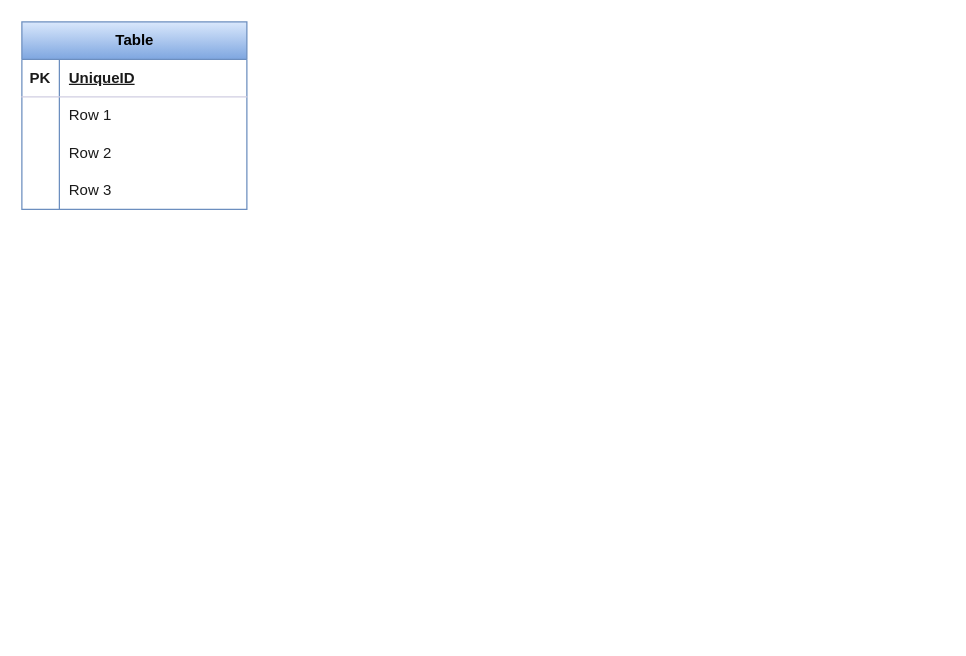
Above: test.drawio in Meoleodeo/erd-sth (draw.io), before the change. Source tidied: cells renumbered, new cells numbered last; positions are measured from the earlier drawing's top-left corner, leaving out a move shared by most shapes. Both pictures are drawn from the tidied source at 125%, with x=0, y=0 at pixel (21, 21).
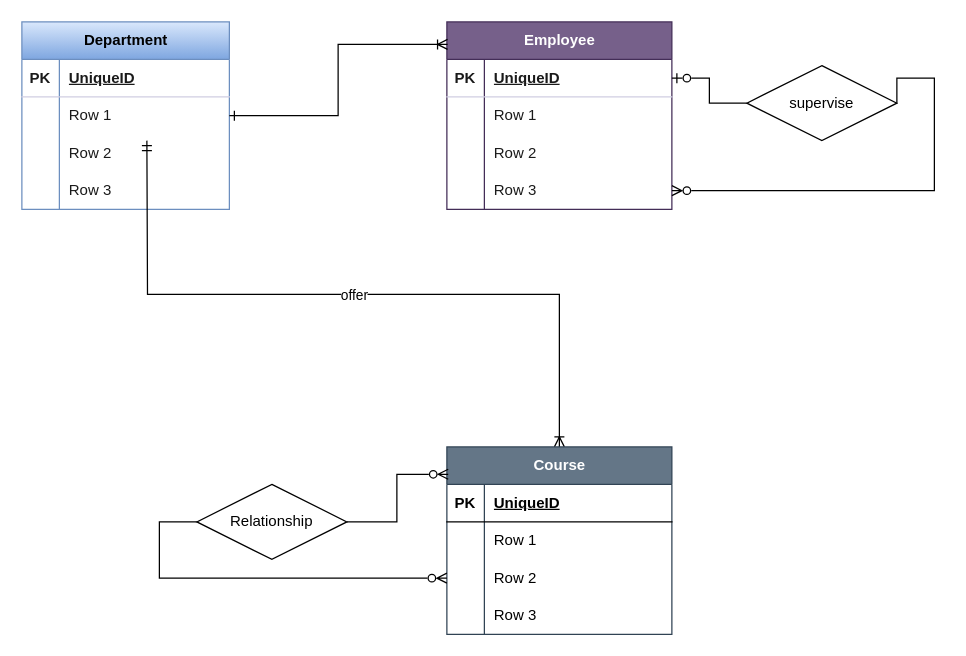
After the change.

Change to the diagram source:
```diff
@@
-    <mxCell id="2" value="Table" style="shape=table;startSize=30;childLayout=tableLayout;rowLines=0;fontStyle=1;align=center;html=1;fillColor=#dae8fc;strokeColor=#6c8ebf;gradientColor=#7ea6e0;" parent="1" vertex="1">
-      <mxGeometry width="180" height="150" as="geometry" />
+    <mxCell id="2" value="Department" style="shape=table;startSize=30;childLayout=tableLayout;rowLines=0;fontStyle=1;align=center;html=1;fillColor=#dae8fc;strokeColor=#6c8ebf;gradientColor=#7ea6e0;" parent="1" vertex="1">
+      <mxGeometry width="166" height="150" as="geometry" />
     </mxCell>
     <mxCell id="3" style="shape=tableRow;horizontal=0;startSize=0;swimlaneHead=0;swimlaneBody=0;fillColor=none;top=0;left=0;right=0;bottom=1;strokeColor=#D0CEE2;fontColor=#1A1A1A;" parent="2" vertex="1">
-      <mxGeometry y="30" width="180" height="30" as="geometry" />
+      <mxGeometry y="30" width="166" height="30" as="geometry" />
     </mxCell>
@@
     <mxCell id="5" value="UniqueID" style="shape=partialRectangle;fillColor=none;top=0;left=0;bottom=0;right=0;align=left;spacingLeft=6;fontStyle=5;overflow=hidden;whiteSpace=wrap;html=1;strokeColor=#D0CEE2;fontColor=#1A1A1A;" parent="3" vertex="1">
-      <mxGeometry x="30" width="150" height="30" as="geometry" />
+      <mxGeometry x="30" width="136" height="30" as="geometry" />
     </mxCell>
     <mxCell id="6" style="shape=tableRow;horizontal=0;startSize=0;swimlaneHead=0;swimlaneBody=0;fillColor=none;points=[[0,0.5],[1,0.5]];portConstraint=eastwest;top=0;left=0;right=0;bottom=0;strokeColor=#D0CEE2;fontColor=#1A1A1A;" parent="2" vertex="1">
-      <mxGeometry y="60" width="180" height="30" as="geometry" />
+      <mxGeometry y="60" width="166" height="30" as="geometry" />
     </mxCell>
@@
     <mxCell id="8" value="Row 1" style="shape=partialRectangle;fillColor=none;top=0;left=0;bottom=0;right=0;align=left;spacingLeft=6;overflow=hidden;whiteSpace=wrap;html=1;strokeColor=#D0CEE2;fontColor=#1A1A1A;" parent="6" vertex="1">
-      <mxGeometry x="30" width="150" height="30" as="geometry" />
+      <mxGeometry x="30" width="136" height="30" as="geometry" />
     </mxCell>
     <mxCell id="9" style="shape=tableRow;horizontal=0;startSize=0;swimlaneHead=0;swimlaneBody=0;fillColor=none;top=0;left=0;right=0;bottom=0;strokeColor=#D0CEE2;fontColor=#1A1A1A;" parent="2" vertex="1">
-      <mxGeometry y="90" width="180" height="30" as="geometry" />
+      <mxGeometry y="90" width="166" height="30" as="geometry" />
     </mxCell>
@@
     <mxCell id="11" value="Row 2" style="shape=partialRectangle;fillColor=none;top=0;left=0;bottom=0;right=0;align=left;spacingLeft=6;overflow=hidden;whiteSpace=wrap;html=1;strokeColor=#D0CEE2;fontColor=#1A1A1A;" parent="9" vertex="1">
-      <mxGeometry x="30" width="150" height="30" as="geometry" />
+      <mxGeometry x="30" width="136" height="30" as="geometry" />
     </mxCell>
     <mxCell id="12" style="shape=tableRow;horizontal=0;startSize=0;swimlaneHead=0;swimlaneBody=0;fillColor=none;top=0;left=0;right=0;bottom=0;strokeColor=#D0CEE2;fontColor=#1A1A1A;" parent="2" vertex="1">
-      <mxGeometry y="120" width="180" height="30" as="geometry" />
+      <mxGeometry y="120" width="166" height="30" as="geometry" />
     </mxCell>
@@
     <mxCell id="14" value="Row 3" style="shape=partialRectangle;fillColor=none;top=0;left=0;bottom=0;right=0;align=left;spacingLeft=6;overflow=hidden;whiteSpace=wrap;html=1;strokeColor=#D0CEE2;fontColor=#1A1A1A;" parent="12" vertex="1">
-      <mxGeometry x="30" width="150" height="30" as="geometry" />
+      <mxGeometry x="30" width="136" height="30" as="geometry" />
     </mxCell>
+    <mxCell id="15" value="Employee" style="shape=table;startSize=30;childLayout=tableLayout;rowLines=0;fontStyle=1;align=center;html=1;fillColor=#76608a;strokeColor=#432D57;fontColor=#ffffff;" parent="1" vertex="1">
+      <mxGeometry x="340" width="180" height="150" as="geometry" />
+    </mxCell>
+    <mxCell id="16" style="shape=tableRow;horizontal=0;startSize=0;swimlaneHead=0;swimlaneBody=0;fillColor=none;points=[[0,0.5],[1,0.5]];portConstraint=eastwest;top=0;left=0;right=0;bottom=1;strokeColor=#D0CEE2;fontColor=#1A1A1A;" parent="15" vertex="1">
+      <mxGeometry y="30" width="180" height="30" as="geometry" />
+    </mxCell>
+    <mxCell id="17" value="PK" style="shape=partialRectangle;fillColor=none;top=0;left=0;bottom=0;right=0;fontStyle=1;overflow=hidden;whiteSpace=wrap;html=1;strokeColor=#D0CEE2;fontColor=#1A1A1A;" parent="16" vertex="1">
+      <mxGeometry width="30" height="30" as="geometry" />
+    </mxCell>
+    <mxCell id="18" value="UniqueID" style="shape=partialRectangle;fillColor=none;top=0;left=0;bottom=0;right=0;align=left;spacingLeft=6;fontStyle=5;overflow=hidden;whiteSpace=wrap;html=1;strokeColor=#D0CEE2;fontColor=#1A1A1A;" parent="16" vertex="1">
+      <mxGeometry x="30" width="150" height="30" as="geometry" />
+    </mxCell>
+    <mxCell id="19" style="shape=tableRow;horizontal=0;startSize=0;swimlaneHead=0;swimlaneBody=0;fillColor=none;top=0;left=0;right=0;bottom=0;strokeColor=#D0CEE2;fontColor=#1A1A1A;" parent="15" vertex="1">
+      <mxGeometry y="60" width="180" height="30" as="geometry" />
+    </mxCell>
+    <mxCell id="20" style="shape=partialRectangle;fillColor=none;top=0;left=0;bottom=0;right=0;overflow=hidden;whiteSpace=wrap;html=1;strokeColor=#D0CEE2;fontColor=#1A1A1A;" parent="19" vertex="1">
+      <mxGeometry width="30" height="30" as="geometry" />
+    </mxCell>
+    <mxCell id="21" value="Row 1" style="shape=partialRectangle;fillColor=none;top=0;left=0;bottom=0;right=0;align=left;spacingLeft=6;overflow=hidden;whiteSpace=wrap;html=1;strokeColor=#D0CEE2;fontColor=#1A1A1A;" parent="19" vertex="1">
+      <mxGeometry x="30" width="150" height="30" as="geometry" />
+    </mxCell>
+    <mxCell id="22" style="shape=tableRow;horizontal=0;startSize=0;swimlaneHead=0;swimlaneBody=0;fillColor=none;top=0;left=0;right=0;bottom=0;strokeColor=#D0CEE2;fontColor=#1A1A1A;" parent="15" vertex="1">
+      <mxGeometry y="90" width="180" height="30" as="geometry" />
+    </mxCell>
+    <mxCell id="23" style="shape=partialRectangle;fillColor=none;top=0;left=0;bottom=0;right=0;overflow=hidden;whiteSpace=wrap;html=1;strokeColor=#D0CEE2;fontColor=#1A1A1A;" parent="22" vertex="1">
+      <mxGeometry width="30" height="30" as="geometry" />
+    </mxCell>
+    <mxCell id="24" value="Row 2" style="shape=partialRectangle;fillColor=none;top=0;left=0;bottom=0;right=0;align=left;spacingLeft=6;overflow=hidden;whiteSpace=wrap;html=1;strokeColor=#D0CEE2;fontColor=#1A1A1A;" parent="22" vertex="1">
+      <mxGeometry x="30" width="150" height="30" as="geometry" />
+    </mxCell>
+    <mxCell id="25" style="shape=tableRow;horizontal=0;startSize=0;swimlaneHead=0;swimlaneBody=0;fillColor=none;points=[[0,0.5],[1,0.5]];portConstraint=eastwest;top=0;left=0;right=0;bottom=0;strokeColor=#D0CEE2;fontColor=#1A1A1A;" parent="15" vertex="1">
+      <mxGeometry y="120" width="180" height="30" as="geometry" />
+    </mxCell>
+    <mxCell id="26" style="shape=partialRectangle;fillColor=none;top=0;left=0;bottom=0;right=0;overflow=hidden;whiteSpace=wrap;html=1;strokeColor=#D0CEE2;fontColor=#1A1A1A;" parent="25" vertex="1">
+      <mxGeometry width="30" height="30" as="geometry" />
+    </mxCell>
+    <mxCell id="27" value="Row 3" style="shape=partialRectangle;fillColor=none;top=0;left=0;bottom=0;right=0;align=left;spacingLeft=6;overflow=hidden;whiteSpace=wrap;html=1;strokeColor=#D0CEE2;fontColor=#1A1A1A;" parent="25" vertex="1">
+      <mxGeometry x="30" width="150" height="30" as="geometry" />
+    </mxCell>
+    <mxCell id="28" style="edgeStyle=orthogonalEdgeStyle;rounded=0;jettySize=auto;html=1;exitX=1;exitY=0.5;exitDx=0;exitDy=0;entryX=0.003;entryY=0.12;entryDx=0;entryDy=0;entryPerimeter=0;startArrow=ERone;startFill=0;endArrow=ERoneToMany;endFill=0;" parent="1" edge="1" source="6" target="15">
+      <mxGeometry relative="1" as="geometry" />
+    </mxCell>
+    <mxCell id="29" style="edgeStyle=orthogonalEdgeStyle;rounded=0;jettySize=auto;html=1;startArrow=ERoneToMany;startFill=0;endArrow=ERmandOne;endFill=0;exitX=0.5;exitY=0;exitDx=0;exitDy=0;" parent="1" edge="1" source="31">
+      <mxGeometry relative="1" as="geometry">
+        <mxPoint x="100" y="95" as="targetPoint" />
+      </mxGeometry>
+    </mxCell>
+    <mxCell id="30" value="offer" style="edgeLabel;html=1;align=center;verticalAlign=middle;" parent="29" vertex="1">
+      <mxGeometry relative="1" as="geometry" />
+    </mxCell>
+    <mxCell id="31" value="Course" style="shape=table;startSize=30;childLayout=tableLayout;rowLines=0;fontStyle=1;align=center;html=1;fillColor=#647687;fontColor=#ffffff;strokeColor=#314354;" parent="1" vertex="1">
+      <mxGeometry x="340" y="340" width="180" height="150" as="geometry" />
+    </mxCell>
+    <mxCell id="32" style="shape=tableRow;horizontal=0;startSize=0;swimlaneHead=0;swimlaneBody=0;fillColor=none;top=0;left=0;right=0;bottom=1;" parent="31" vertex="1">
+      <mxGeometry y="30" width="180" height="30" as="geometry" />
+    </mxCell>
+    <mxCell id="33" value="PK" style="shape=partialRectangle;fillColor=none;top=0;left=0;bottom=0;right=0;fontStyle=1;overflow=hidden;whiteSpace=wrap;html=1;" parent="32" vertex="1">
+      <mxGeometry width="30" height="30" as="geometry" />
+    </mxCell>
+    <mxCell id="34" value="UniqueID" style="shape=partialRectangle;fillColor=none;top=0;left=0;bottom=0;right=0;align=left;spacingLeft=6;fontStyle=5;overflow=hidden;whiteSpace=wrap;html=1;" parent="32" vertex="1">
+      <mxGeometry x="30" width="150" height="30" as="geometry" />
+    </mxCell>
+    <mxCell id="35" style="shape=tableRow;horizontal=0;startSize=0;swimlaneHead=0;swimlaneBody=0;fillColor=none;top=0;left=0;right=0;bottom=0;" parent="31" vertex="1">
+      <mxGeometry y="60" width="180" height="30" as="geometry" />
+    </mxCell>
+    <mxCell id="36" style="shape=partialRectangle;fillColor=none;top=0;left=0;bottom=0;right=0;overflow=hidden;whiteSpace=wrap;html=1;" parent="35" vertex="1">
+      <mxGeometry width="30" height="30" as="geometry" />
+    </mxCell>
+    <mxCell id="37" value="Row 1" style="shape=partialRectangle;fillColor=none;top=0;left=0;bottom=0;right=0;align=left;spacingLeft=6;overflow=hidden;whiteSpace=wrap;html=1;" parent="35" vertex="1">
+      <mxGeometry x="30" width="150" height="30" as="geometry" />
+    </mxCell>
+    <mxCell id="38" style="shape=tableRow;horizontal=0;startSize=0;swimlaneHead=0;swimlaneBody=0;fillColor=none;points=[[0,0.5],[1,0.5]];portConstraint=eastwest;top=0;left=0;right=0;bottom=0;" parent="31" vertex="1">
+      <mxGeometry y="90" width="180" height="30" as="geometry" />
+    </mxCell>
+    <mxCell id="39" style="shape=partialRectangle;fillColor=none;top=0;left=0;bottom=0;right=0;overflow=hidden;whiteSpace=wrap;html=1;" parent="38" vertex="1">
+      <mxGeometry width="30" height="30" as="geometry" />
+    </mxCell>
+    <mxCell id="40" value="Row 2" style="shape=partialRectangle;fillColor=none;top=0;left=0;bottom=0;right=0;align=left;spacingLeft=6;overflow=hidden;whiteSpace=wrap;html=1;" parent="38" vertex="1">
+      <mxGeometry x="30" width="150" height="30" as="geometry" />
+    </mxCell>
+    <mxCell id="41" style="shape=tableRow;horizontal=0;startSize=0;swimlaneHead=0;swimlaneBody=0;fillColor=none;top=0;left=0;right=0;bottom=0;" parent="31" vertex="1">
+      <mxGeometry y="120" width="180" height="30" as="geometry" />
+    </mxCell>
+    <mxCell id="42" style="shape=partialRectangle;fillColor=none;top=0;left=0;bottom=0;right=0;overflow=hidden;whiteSpace=wrap;html=1;" parent="41" vertex="1">
+      <mxGeometry width="30" height="30" as="geometry" />
+    </mxCell>
+    <mxCell id="43" value="Row 3" style="shape=partialRectangle;fillColor=none;top=0;left=0;bottom=0;right=0;align=left;spacingLeft=6;overflow=hidden;whiteSpace=wrap;html=1;" parent="41" vertex="1">
+      <mxGeometry x="30" width="150" height="30" as="geometry" />
+    </mxCell>
+    <mxCell id="44" value="supervise" style="shape=rhombus;perimeter=rhombusPerimeter;whiteSpace=wrap;html=1;align=center;" parent="1" vertex="1">
+      <mxGeometry x="580" y="35" width="120" height="60" as="geometry" />
+    </mxCell>
+    <mxCell id="45" style="edgeStyle=orthogonalEdgeStyle;rounded=0;jettySize=auto;html=1;exitX=1;exitY=0.5;exitDx=0;exitDy=0;startArrow=ERzeroToOne;startFill=0;endArrow=none;endFill=0;" parent="1" edge="1" source="16" target="44">
+      <mxGeometry relative="1" as="geometry" />
+    </mxCell>
+    <mxCell id="46" style="edgeStyle=orthogonalEdgeStyle;rounded=0;jettySize=auto;html=1;exitX=1;exitY=0.5;exitDx=0;exitDy=0;startArrow=none;startFill=0;endArrow=ERzeroToMany;endFill=0;" parent="1" edge="1" source="44" target="25">
+      <mxGeometry relative="1" as="geometry">
+        <Array as="points">
+          <mxPoint x="700" y="45" />
+          <mxPoint x="730" y="45" />
+          <mxPoint x="730" y="135" />
+        </Array>
+      </mxGeometry>
+    </mxCell>
+    <mxCell id="47" style="edgeStyle=orthogonalEdgeStyle;rounded=0;jettySize=auto;html=1;startArrow=none;startFill=0;endArrow=ERzeroToMany;endFill=0;entryX=0.006;entryY=0.146;entryDx=0;entryDy=0;entryPerimeter=0;" parent="1" edge="1" source="49" target="31">
+      <mxGeometry relative="1" as="geometry" />
+    </mxCell>
+    <mxCell id="48" style="edgeStyle=orthogonalEdgeStyle;rounded=0;jettySize=auto;html=1;startArrow=ERzeroToMany;startFill=0;endArrow=none;endFill=0;exitX=0;exitY=0.5;exitDx=0;exitDy=0;" parent="1" edge="1" source="38" target="49">
+      <mxGeometry relative="1" as="geometry">
+        <Array as="points">
+          <mxPoint x="110" y="445" />
+          <mxPoint x="110" y="400" />
+        </Array>
+      </mxGeometry>
+    </mxCell>
+    <mxCell id="49" value="Relationship" style="shape=rhombus;perimeter=rhombusPerimeter;whiteSpace=wrap;html=1;align=center;" parent="1" vertex="1">
+      <mxGeometry x="140" y="370" width="120" height="60" as="geometry" />
+    </mxCell>
```
